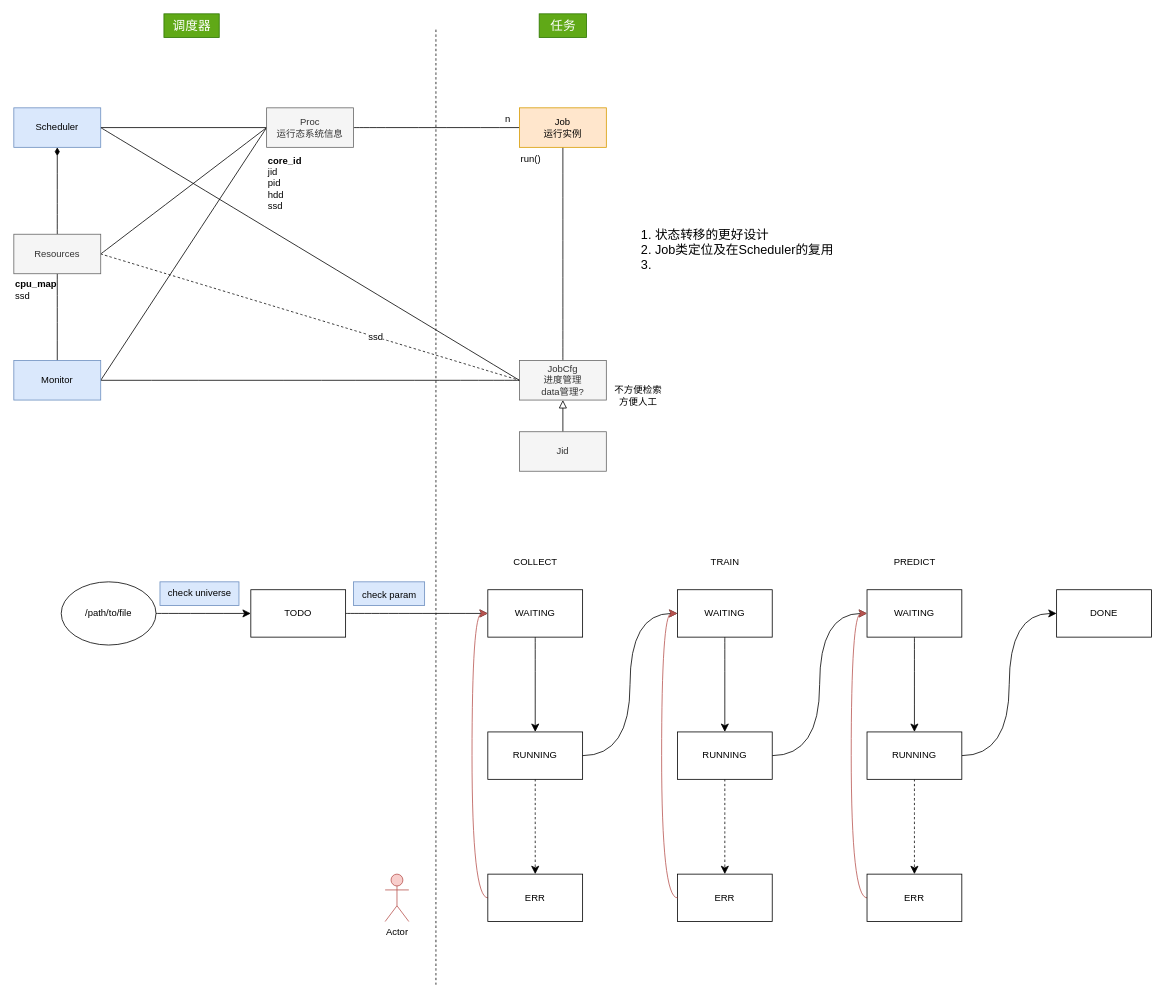
This is practice.drawio from mistyeye11/drawio, a draw.io file, before an edit. Source tidied: cells renumbered, new cells numbered last; positions are measured from the earlier drawing's top-left corner, leaving out a move shared by most shapes. Both pictures are drawn from the tidied source at 79%, with x=0, y=0 at pixel (13, 13).
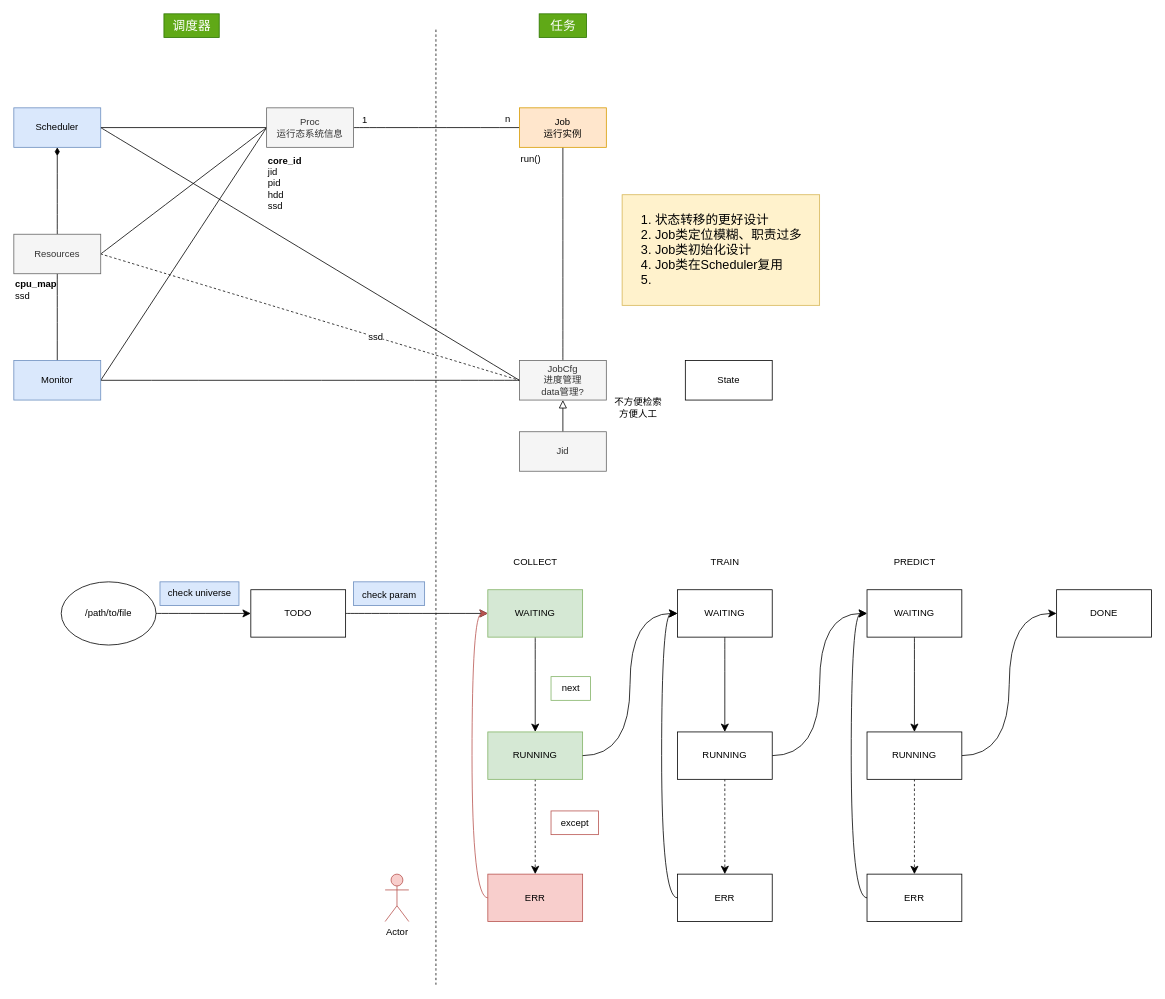
The same page after the edit.

The change refers to these unchanged cells:
```xml
<mxCell id="30" value="&lt;div&gt;WAITING&lt;/div&gt;" style="rounded=0;whiteSpace=wrap;html=1;" parent="1" vertex="1">
  <mxGeometry x="840" y="729" width="120" height="60" as="geometry" />
</mxCell>
<mxCell id="32" value="&lt;div&gt;WAITING&lt;/div&gt;" style="rounded=0;whiteSpace=wrap;html=1;" parent="1" vertex="1">
  <mxGeometry x="1080" y="729" width="120" height="60" as="geometry" />
</mxCell>
<mxCell id="40" value="ERR" style="rounded=0;whiteSpace=wrap;html=1;" parent="1" vertex="1">
  <mxGeometry x="840" y="1089" width="120" height="60" as="geometry" />
</mxCell>
<mxCell id="42" value="ERR" style="rounded=0;whiteSpace=wrap;html=1;" parent="1" vertex="1">
  <mxGeometry x="1080" y="1089" width="120" height="60" as="geometry" />
</mxCell>
```

Diff of the diagram source:
```diff
@@
     <mxCell id="20" value="&lt;div&gt;不方便检索&lt;/div&gt;方便人工" style="text;html=1;align=center;verticalAlign=middle;strokeColor=none;fillColor=none;fontSize=12;" parent="1" vertex="1">
-      <mxGeometry x="750" y="464" width="80" height="40" as="geometry" />
+      <mxGeometry x="750" y="479" width="80" height="40" as="geometry" />
     </mxCell>
@@
-    <mxCell id="24" value="&lt;div&gt;WAITING&lt;/div&gt;" style="rounded=0;whiteSpace=wrap;html=1;" parent="1" vertex="1">
+    <mxCell id="24" value="&lt;div&gt;WAITING&lt;/div&gt;" style="rounded=0;whiteSpace=wrap;html=1;fillColor=#d5e8d4;strokeColor=#82b366;" parent="1" vertex="1">
       <mxGeometry x="600" y="729" width="120" height="60" as="geometry" />
     </mxCell>
@@
-    <mxCell id="26" value="RUNNING" style="rounded=0;whiteSpace=wrap;html=1;" parent="1" vertex="1">
+    <mxCell id="26" value="RUNNING" style="rounded=0;whiteSpace=wrap;html=1;fillColor=#d5e8d4;strokeColor=#82b366;" parent="1" vertex="1">
       <mxGeometry x="600" y="909" width="120" height="60" as="geometry" />
     </mxCell>
@@
-    <mxCell id="28" value="ERR" style="rounded=0;whiteSpace=wrap;html=1;" parent="1" vertex="1">
+    <mxCell id="28" value="ERR" style="rounded=0;whiteSpace=wrap;html=1;fillColor=#f8cecc;strokeColor=#b85450;" parent="1" vertex="1">
       <mxGeometry x="600" y="1089" width="120" height="60" as="geometry" />
     </mxCell>
@@
-    <mxCell id="41" style="edgeStyle=orthogonalEdgeStyle;curved=1;rounded=0;jettySize=auto;html=1;exitX=0;exitY=0.5;exitDx=0;exitDy=0;entryX=0;entryY=0.5;entryDx=0;entryDy=0;fontSize=12;startSize=8;endSize=8;fillColor=#f8cecc;strokeColor=#b85450;" parent="1" edge="1" source="42" target="32">
+    <mxCell id="41" style="edgeStyle=orthogonalEdgeStyle;curved=1;rounded=0;jettySize=auto;html=1;exitX=0;exitY=0.5;exitDx=0;exitDy=0;entryX=0;entryY=0.5;entryDx=0;entryDy=0;fontSize=12;startSize=8;endSize=8;" parent="1" edge="1" source="42" target="32">
       <mxGeometry relative="1" as="geometry" />
     </mxCell>
@@
-    <mxCell id="52" style="edgeStyle=orthogonalEdgeStyle;curved=1;rounded=0;jettySize=auto;html=1;exitX=0;exitY=0.5;exitDx=0;exitDy=0;entryX=0;entryY=0.5;entryDx=0;entryDy=0;fontSize=12;startSize=8;endSize=8;fillColor=#f8cecc;strokeColor=#b85450;" parent="1" edge="1" source="40" target="30">
+    <mxCell id="52" style="edgeStyle=orthogonalEdgeStyle;curved=1;rounded=0;jettySize=auto;html=1;exitX=0;exitY=0.5;exitDx=0;exitDy=0;entryX=0;entryY=0.5;entryDx=0;entryDy=0;fontSize=12;startSize=8;endSize=8;" parent="1" edge="1" source="40" target="30">
       <mxGeometry relative="1" as="geometry" />
     </mxCell>
-    <mxCell id="53" value="&lt;div align=&quot;left&quot;&gt;&lt;ol&gt;&lt;li&gt;状态转移的更好设计&lt;/li&gt;&lt;li&gt;Job类定位及在Scheduler的复用&lt;/li&gt;&lt;li&gt;&lt;br&gt;&lt;/li&gt;&lt;/ol&gt;&lt;/div&gt;" style="text;html=1;align=left;verticalAlign=middle;strokeColor=none;fillColor=none;fontSize=16;" parent="1" vertex="1">
-      <mxGeometry x="770" y="249" width="290" height="100" as="geometry" />
+    <mxCell id="53" value="&lt;div align=&quot;left&quot;&gt;&lt;ol&gt;&lt;li&gt;状态转移的更好设计&lt;/li&gt;&lt;li&gt;Job类定位模糊、职责过多&lt;/li&gt;&lt;li&gt;Job类初始化设计&lt;br&gt;&lt;/li&gt;&lt;li&gt;Job类在Scheduler复用&lt;/li&gt;&lt;li&gt;&lt;br&gt;&lt;/li&gt;&lt;/ol&gt;&lt;/div&gt;" style="text;html=1;align=left;verticalAlign=middle;strokeColor=#d6b656;fillColor=#fff2cc;fontSize=16;" parent="1" vertex="1">
+      <mxGeometry x="770" y="229" width="250" height="140" as="geometry" />
     </mxCell>
@@
+    <mxCell id="65" value="1" style="text;html=1;align=center;verticalAlign=middle;strokeColor=none;fillColor=none;fontSize=12;" parent="1" vertex="1">
+      <mxGeometry x="429" y="120" width="30" height="30" as="geometry" />
+    </mxCell>
+    <mxCell id="66" value="next" style="text;html=1;align=center;verticalAlign=middle;strokeColor=#82b366;fillColor=none;fontSize=12;" parent="1" vertex="1">
+      <mxGeometry x="680" y="839" width="50" height="30" as="geometry" />
+    </mxCell>
+    <mxCell id="67" value="except" style="text;html=1;align=center;verticalAlign=middle;strokeColor=#b85450;fillColor=none;fontSize=12;" parent="1" vertex="1">
+      <mxGeometry x="680" y="1009" width="60" height="30" as="geometry" />
+    </mxCell>
+    <mxCell id="68" value="State" style="html=1;whiteSpace=wrap;" parent="1" vertex="1">
+      <mxGeometry x="850" y="438.9" width="110" height="50" as="geometry" />
+    </mxCell>
```
